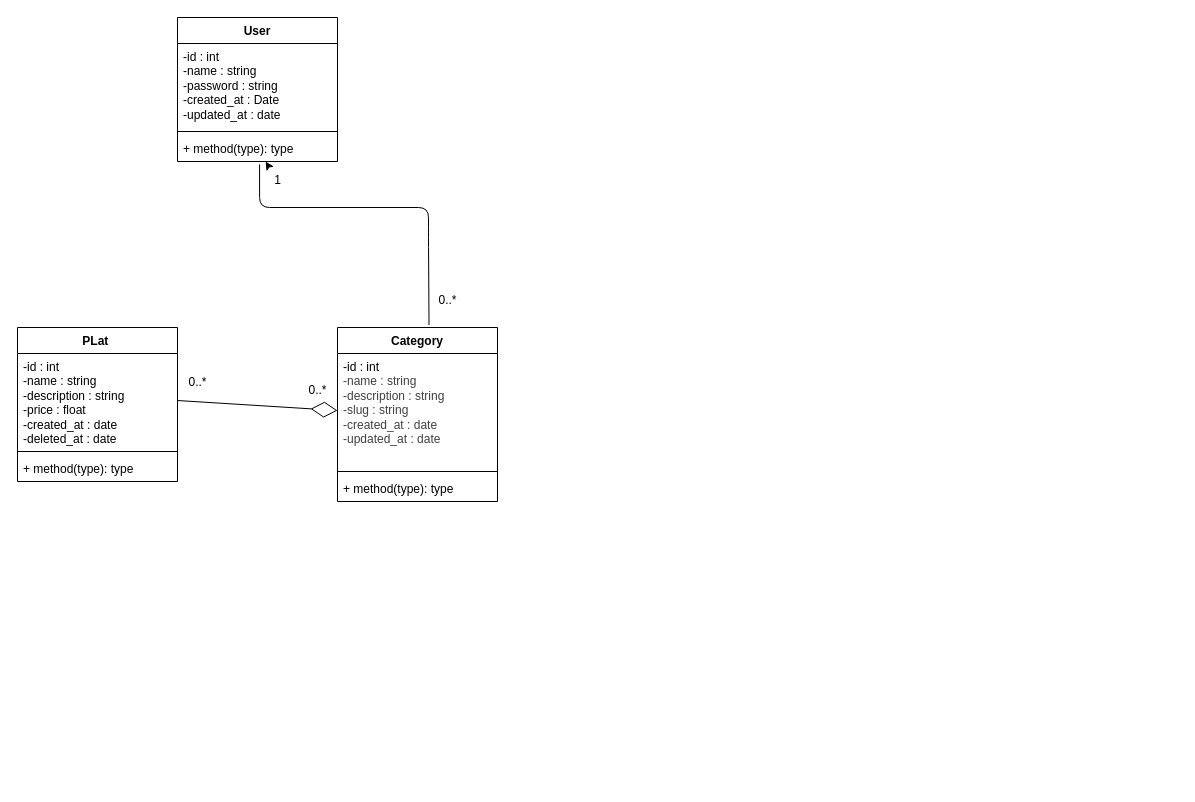
This is Docs/Uml.drawio from Mehdi-133/Brigade-API, a draw.io file, before an edit. Source tidied: cells renumbered, new cells numbered last; positions are measured from the earlier drawing's top-left corner, leaving out a move shared by most shapes. Both pictures are drawn from the tidied source at 100%, with x=0, y=0 at pixel (17, 17).
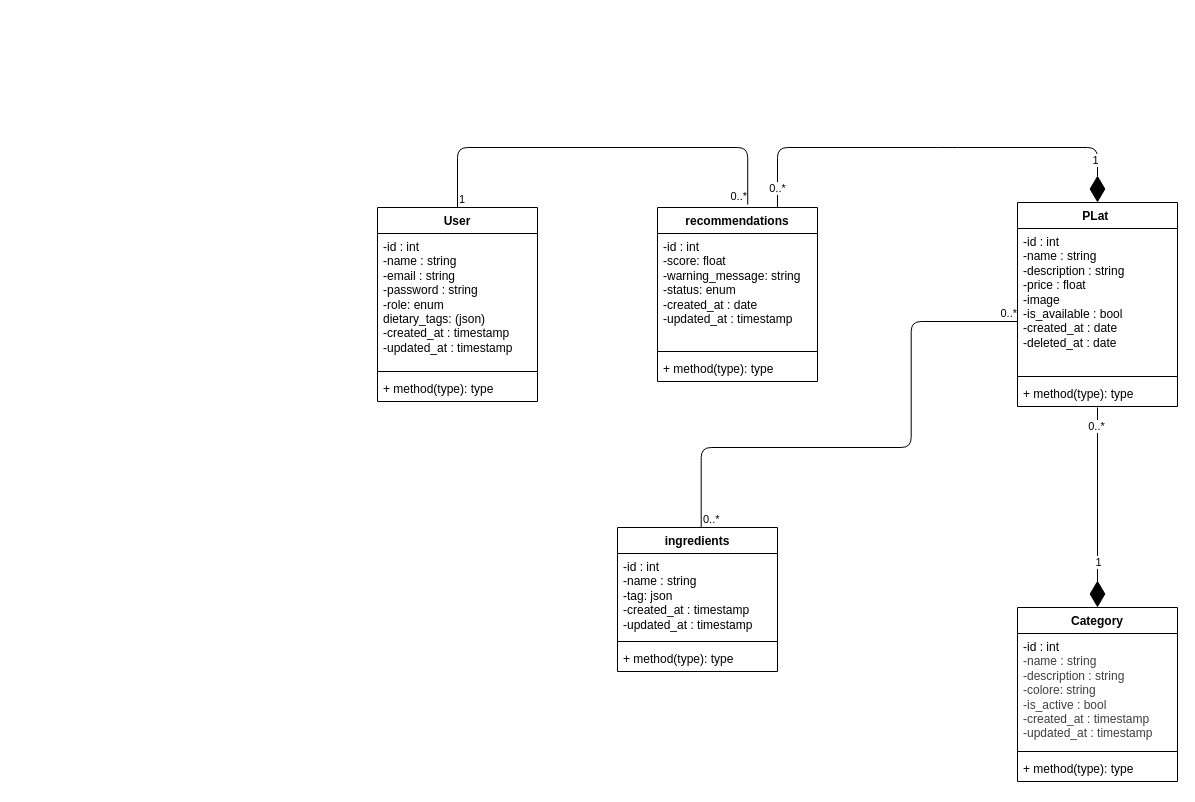
The same diagram, later.

Commit message (it also covers changes not shown here):
update BA-90 Diagramme de Class

The edit, as a diff of the source:
```diff
@@
     <mxCell id="2" value="User" style="swimlane;fontStyle=1;align=center;verticalAlign=top;horizontal=1;startSize=26;whiteSpace=wrap;html=1;" parent="1" vertex="1">
-      <mxGeometry x="160" width="160" height="144" as="geometry" />
+      <mxGeometry x="360" y="190" width="160" height="194" as="geometry" />
     </mxCell>
-    <mxCell id="3" value="-id : int&lt;div&gt;-name : string&amp;nbsp;&lt;/div&gt;&lt;div&gt;-password : string&amp;nbsp;&lt;/div&gt;&lt;div&gt;-created_at : Date&amp;nbsp;&lt;/div&gt;&lt;div&gt;-updated_at : date&amp;nbsp;&lt;br&gt;&lt;div&gt;&lt;br&gt;&lt;/div&gt;&lt;/div&gt;" style="text;strokeColor=none;fillColor=none;align=left;verticalAlign=top;spacingLeft=4;spacingRight=4;overflow=hidden;whiteSpace=wrap;html=1;" parent="2" vertex="1">
-      <mxGeometry y="26" width="160" height="84" as="geometry" />
+    <mxCell id="3" value="-id : int&lt;div&gt;-name : string&amp;nbsp;&lt;/div&gt;&lt;div&gt;-email : string&lt;/div&gt;&lt;div&gt;-password : string&amp;nbsp;&lt;/div&gt;&lt;div&gt;-role: enum&lt;/div&gt;&lt;div&gt;dietary_tags: (json)&lt;/div&gt;&lt;div&gt;-created_at : timestamp&lt;/div&gt;&lt;div&gt;-updated_at : timestamp&lt;br&gt;&lt;div&gt;&lt;br&gt;&lt;/div&gt;&lt;/div&gt;" style="text;strokeColor=none;fillColor=none;align=left;verticalAlign=top;spacingLeft=4;spacingRight=4;overflow=hidden;whiteSpace=wrap;html=1;" parent="2" vertex="1">
+      <mxGeometry y="26" width="160" height="134" as="geometry" />
     </mxCell>
     <mxCell id="4" style="line;strokeWidth=1;fillColor=none;align=left;verticalAlign=middle;spacingTop=-1;spacingLeft=3;spacingRight=3;labelPosition=right;strokeColor=inherit;" parent="2" vertex="1">
-      <mxGeometry y="110" width="160" height="8" as="geometry" />
+      <mxGeometry y="160" width="160" height="8" as="geometry" />
     </mxCell>
     <mxCell id="5" value="+ method(type): type" style="text;strokeColor=none;fillColor=none;align=left;verticalAlign=top;spacingLeft=4;spacingRight=4;overflow=hidden;points=[[0,0.5],[1,0.5]];portConstraint=eastwest;whiteSpace=wrap;html=1;" parent="2" vertex="1">
-      <mxGeometry y="118" width="160" height="26" as="geometry" />
+      <mxGeometry y="168" width="160" height="26" as="geometry" />
     </mxCell>
     <mxCell id="6" value="Category" style="swimlane;fontStyle=1;align=center;verticalAlign=top;horizontal=1;startSize=26;whiteSpace=wrap;html=1;" parent="1" vertex="1">
-      <mxGeometry x="320" y="310" width="160" height="174" as="geometry" />
+      <mxGeometry x="1000" y="590" width="160" height="174" as="geometry" />
     </mxCell>
-    <mxCell id="7" value="-id : int&lt;div&gt;&lt;span style=&quot;color: rgb(63, 63, 63); background-color: transparent;&quot;&gt;-name : string&lt;/span&gt;&lt;/div&gt;&lt;div&gt;&lt;span style=&quot;color: rgb(63, 63, 63); background-color: transparent;&quot;&gt;-description : string&amp;nbsp;&amp;nbsp;&lt;/span&gt;&lt;/div&gt;&lt;div&gt;&lt;span style=&quot;color: rgb(63, 63, 63); background-color: transparent;&quot;&gt;-slug : string&lt;/span&gt;&lt;/div&gt;&lt;div&gt;&lt;span style=&quot;color: rgb(63, 63, 63); background-color: transparent;&quot;&gt;-created_at : date&amp;nbsp;&lt;/span&gt;&lt;/div&gt;&lt;div&gt;&lt;span style=&quot;color: rgb(63, 63, 63); background-color: transparent;&quot;&gt;-updated_at : date&amp;nbsp;&lt;/span&gt;&lt;/div&gt;&lt;div&gt;&lt;span style=&quot;color: rgb(63, 63, 63); background-color: transparent;&quot;&gt;&amp;nbsp;&lt;/span&gt;&lt;/div&gt;" style="text;strokeColor=none;fillColor=none;align=left;verticalAlign=top;spacingLeft=4;spacingRight=4;overflow=hidden;points=[[0,0.5],[1,0.5]];portConstraint=eastwest;whiteSpace=wrap;html=1;" parent="6" vertex="1">
+    <mxCell id="7" value="-id : int&lt;div&gt;&lt;span style=&quot;color: rgb(63, 63, 63); background-color: transparent;&quot;&gt;-name : string&lt;/span&gt;&lt;/div&gt;&lt;div&gt;&lt;span style=&quot;color: rgb(63, 63, 63); background-color: transparent;&quot;&gt;-description : string&amp;nbsp;&amp;nbsp;&lt;/span&gt;&lt;/div&gt;&lt;div&gt;&lt;span style=&quot;color: rgb(63, 63, 63); background-color: transparent;&quot;&gt;-colore: string&lt;/span&gt;&lt;/div&gt;&lt;div&gt;&lt;span style=&quot;color: rgb(63, 63, 63); background-color: transparent;&quot;&gt;-is_active : bool&lt;/span&gt;&lt;/div&gt;&lt;div&gt;&lt;span style=&quot;color: rgb(63, 63, 63); background-color: transparent;&quot;&gt;-created_at : timestamp&lt;/span&gt;&lt;/div&gt;&lt;div&gt;&lt;span style=&quot;color: rgb(63, 63, 63); background-color: transparent;&quot;&gt;-updated_at : timestamp&lt;/span&gt;&lt;/div&gt;&lt;div&gt;&lt;span style=&quot;color: rgb(63, 63, 63); background-color: transparent;&quot;&gt;&amp;nbsp;&lt;/span&gt;&lt;/div&gt;" style="text;strokeColor=none;fillColor=none;align=left;verticalAlign=top;spacingLeft=4;spacingRight=4;overflow=hidden;points=[[0,0.5],[1,0.5]];portConstraint=eastwest;whiteSpace=wrap;html=1;" parent="6" vertex="1">
       <mxGeometry y="26" width="160" height="114" as="geometry" />
     </mxCell>
@@
     <mxCell id="10" value="PLat&amp;nbsp;" style="swimlane;fontStyle=1;align=center;verticalAlign=top;horizontal=1;startSize=26;whiteSpace=wrap;html=1;" parent="1" vertex="1">
-      <mxGeometry y="310" width="160" height="154" as="geometry" />
+      <mxGeometry x="1000" y="185" width="160" height="204" as="geometry" />
     </mxCell>
-    <mxCell id="11" value="-id : int&lt;div&gt;-name : string&amp;nbsp;&lt;/div&gt;&lt;div&gt;-description : string&amp;nbsp;&lt;/div&gt;&lt;div&gt;-price : float&amp;nbsp;&lt;/div&gt;&lt;div&gt;-created_at : date&amp;nbsp;&lt;/div&gt;&lt;div&gt;-deleted_at : date&amp;nbsp;&amp;nbsp;&lt;/div&gt;" style="text;strokeColor=none;fillColor=none;align=left;verticalAlign=top;spacingLeft=4;spacingRight=4;overflow=hidden;points=[[0,0.5],[1,0.5]];portConstraint=eastwest;whiteSpace=wrap;html=1;" parent="10" vertex="1">
-      <mxGeometry y="26" width="160" height="94" as="geometry" />
+    <mxCell id="11" value="-id : int&lt;div&gt;-name : string&amp;nbsp;&lt;/div&gt;&lt;div&gt;-description : string&amp;nbsp;&lt;/div&gt;&lt;div&gt;-price : float&lt;/div&gt;&lt;div&gt;-image&lt;/div&gt;&lt;div&gt;-is_available : bool&amp;nbsp;&lt;/div&gt;&lt;div&gt;-created_at : date&amp;nbsp;&lt;/div&gt;&lt;div&gt;-deleted_at : date&amp;nbsp;&amp;nbsp;&lt;/div&gt;" style="text;strokeColor=none;fillColor=none;align=left;verticalAlign=top;spacingLeft=4;spacingRight=4;overflow=hidden;points=[[0,0.5],[1,0.5]];portConstraint=eastwest;whiteSpace=wrap;html=1;" parent="10" vertex="1">
+      <mxGeometry y="26" width="160" height="144" as="geometry" />
     </mxCell>
     <mxCell id="12" style="line;strokeWidth=1;fillColor=none;align=left;verticalAlign=middle;spacingTop=-1;spacingLeft=3;spacingRight=3;labelPosition=right;strokeColor=inherit;" parent="10" vertex="1">
-      <mxGeometry y="120" width="160" height="8" as="geometry" />
+      <mxGeometry y="170" width="160" height="8" as="geometry" />
     </mxCell>
     <mxCell id="13" value="+ method(type): type" style="text;strokeColor=none;fillColor=none;align=left;verticalAlign=top;spacingLeft=4;spacingRight=4;overflow=hidden;whiteSpace=wrap;html=1;" parent="10" vertex="1">
-      <mxGeometry y="128" width="160" height="26" as="geometry" />
+      <mxGeometry y="178" width="160" height="26" as="geometry" />
     </mxCell>
-    <mxCell id="14" style="endArrow=diamondThin;endFill=0;endSize=24;html=1;exitX=1;exitY=0.5;exitDx=0;exitDy=0;entryX=0;entryY=0.5;entryDx=0;entryDy=0;" parent="1" edge="1" source="11" target="7">
-      <mxGeometry relative="1" as="geometry" />
-    </mxCell>
-    <mxCell id="15" style="endArrow=none;html=1;edgeStyle=orthogonalEdgeStyle;exitX=0.513;exitY=1.112;exitDx=0;exitDy=0;exitPerimeter=0;entryX=0.572;entryY=-0.014;entryDx=0;entryDy=0;entryPerimeter=0;" parent="1" edge="1" source="5" target="6">
-      <mxGeometry relative="1" as="geometry">
-        <Array as="points">
-          <mxPoint x="242" y="190" />
-          <mxPoint x="411" y="190" />
-          <mxPoint x="411" y="220" />
-        </Array>
-      </mxGeometry>
-    </mxCell>
-    <mxCell id="16" style="edgeStyle=none;html=1;" parent="1" edge="1" source="17" target="5">
-      <mxGeometry relative="1" as="geometry" />
-    </mxCell>
-    <mxCell id="17" value="1" style="text;html=1;align=center;verticalAlign=middle;points=[];strokeColor=none;fillColor=none;" parent="1" vertex="1">
-      <mxGeometry x="245" y="148" width="30" height="30" as="geometry" />
-    </mxCell>
-    <mxCell id="18" value="0..*" style="text;html=1;align=center;verticalAlign=middle;strokeColor=none;fillColor=none;" parent="1" vertex="1">
-      <mxGeometry x="410" y="268" width="40" height="30" as="geometry" />
-    </mxCell>
-    <mxCell id="19" value="0..*" style="text;html=1;align=center;verticalAlign=middle;strokeColor=none;fillColor=none;" parent="1" vertex="1">
-      <mxGeometry x="280" y="358" width="40" height="30" as="geometry" />
-    </mxCell>
-    <mxCell id="20" value="0..*" style="text;html=1;align=center;verticalAlign=middle;strokeColor=none;fillColor=none;" parent="1" vertex="1">
-      <mxGeometry x="160" y="350" width="40" height="30" as="geometry" />
-    </mxCell>
+    <mxCell id="21" value="ingredients" style="swimlane;fontStyle=1;align=center;verticalAlign=top;horizontal=1;startSize=26;whiteSpace=wrap;html=1;" parent="1" vertex="1">
+      <mxGeometry x="600" y="510" width="160" height="144" as="geometry" />
+    </mxCell>
+    <mxCell id="22" value="-id : int&lt;div&gt;-name : string&amp;nbsp;&lt;/div&gt;&lt;div&gt;-tag: json&lt;/div&gt;&lt;div&gt;-created_at : timestamp&lt;/div&gt;&lt;div&gt;-updated_at : timestamp&lt;br&gt;&lt;div&gt;&lt;br&gt;&lt;/div&gt;&lt;/div&gt;" style="text;strokeColor=none;fillColor=none;align=left;verticalAlign=top;spacingLeft=4;spacingRight=4;overflow=hidden;whiteSpace=wrap;html=1;" parent="21" vertex="1">
+      <mxGeometry y="26" width="160" height="84" as="geometry" />
+    </mxCell>
+    <mxCell id="23" style="line;strokeWidth=1;fillColor=none;align=left;verticalAlign=middle;spacingTop=-1;spacingLeft=3;spacingRight=3;labelPosition=right;strokeColor=inherit;" parent="21" vertex="1">
+      <mxGeometry y="110" width="160" height="8" as="geometry" />
+    </mxCell>
+    <mxCell id="24" value="+ method(type): type" style="text;strokeColor=none;fillColor=none;align=left;verticalAlign=top;spacingLeft=4;spacingRight=4;overflow=hidden;whiteSpace=wrap;html=1;" parent="21" vertex="1">
+      <mxGeometry y="118" width="160" height="26" as="geometry" />
+    </mxCell>
+    <mxCell id="25" value="recommendations" style="swimlane;fontStyle=1;align=center;verticalAlign=top;horizontal=1;startSize=26;whiteSpace=wrap;html=1;" parent="1" vertex="1">
+      <mxGeometry x="640" y="190" width="160" height="174" as="geometry" />
+    </mxCell>
+    <mxCell id="26" value="-id : int&lt;div&gt;-score: float&lt;/div&gt;&lt;div&gt;-warning_message: string&lt;/div&gt;&lt;div&gt;-status: enum&lt;/div&gt;&lt;div&gt;-created_at : date&lt;/div&gt;&lt;div&gt;-updated_at :&amp;nbsp;timestamp&lt;/div&gt;&lt;div&gt;&lt;div&gt;&lt;br&gt;&lt;/div&gt;&lt;/div&gt;" style="text;strokeColor=none;fillColor=none;align=left;verticalAlign=top;spacingLeft=4;spacingRight=4;overflow=hidden;whiteSpace=wrap;html=1;" parent="25" vertex="1">
+      <mxGeometry y="26" width="160" height="114" as="geometry" />
+    </mxCell>
+    <mxCell id="27" style="line;strokeWidth=1;fillColor=none;align=left;verticalAlign=middle;spacingTop=-1;spacingLeft=3;spacingRight=3;labelPosition=right;strokeColor=inherit;" parent="25" vertex="1">
+      <mxGeometry y="140" width="160" height="8" as="geometry" />
+    </mxCell>
+    <mxCell id="28" value="+ method(type): type" style="text;strokeColor=none;fillColor=none;align=left;verticalAlign=top;spacingLeft=4;spacingRight=4;overflow=hidden;whiteSpace=wrap;html=1;" parent="25" vertex="1">
+      <mxGeometry y="148" width="160" height="26" as="geometry" />
+    </mxCell>
+    <mxCell id="29" style="endArrow=none;html=1;edgeStyle=orthogonalEdgeStyle;exitX=0.5;exitY=0;exitDx=0;exitDy=0;entryX=0.564;entryY=-0.017;entryDx=0;entryDy=0;entryPerimeter=0;" parent="1" edge="1" source="2" target="25">
+      <mxGeometry relative="1" as="geometry">
+        <Array as="points">
+          <mxPoint x="440" y="130" />
+          <mxPoint x="730" y="130" />
+        </Array>
+      </mxGeometry>
+    </mxCell>
+    <mxCell id="30" value="1" style="edgeLabel;html=1;align=left;verticalAlign=bottom;" parent="29" vertex="1">
+      <mxGeometry x="-1" relative="1" as="geometry" />
+    </mxCell>
+    <mxCell id="31" value="0..*" style="edgeLabel;html=1;align=right;verticalAlign=bottom;" parent="29" vertex="1">
+      <mxGeometry x="1" relative="1" as="geometry" />
+    </mxCell>
+    <mxCell id="32" style="endArrow=none;html=1;edgeStyle=orthogonalEdgeStyle;exitX=0.5;exitY=0;exitDx=0;exitDy=0;entryX=-0.023;entryY=0.646;entryDx=0;entryDy=0;entryPerimeter=0;" parent="1" edge="1">
+      <mxGeometry relative="1" as="geometry">
+        <mxPoint x="683.7" y="510" as="sourcePoint" />
+        <mxPoint x="1000" y="304" as="targetPoint" />
+        <Array as="points">
+          <mxPoint x="683.7" y="430" />
+          <mxPoint x="893.7" y="430" />
+          <mxPoint x="893.7" y="304" />
+        </Array>
+      </mxGeometry>
+    </mxCell>
+    <mxCell id="33" value="0..*" style="edgeLabel;html=1;align=left;verticalAlign=bottom;" parent="32" vertex="1">
+      <mxGeometry x="-1" relative="1" as="geometry" />
+    </mxCell>
+    <mxCell id="34" value="0..*" style="edgeLabel;html=1;align=right;verticalAlign=bottom;" parent="32" vertex="1">
+      <mxGeometry x="1" relative="1" as="geometry" />
+    </mxCell>
+    <mxCell id="35" style="endArrow=diamondThin;endFill=1;endSize=24;html=1;entryX=0.5;entryY=0;entryDx=0;entryDy=0;" parent="1" edge="1" target="6">
+      <mxGeometry relative="1" as="geometry">
+        <mxPoint x="1080" y="390" as="sourcePoint" />
+      </mxGeometry>
+    </mxCell>
+    <mxCell id="36" value="0..*" style="edgeLabel;html=1;align=center;verticalAlign=middle;" parent="35" vertex="1">
+      <mxGeometry x="-0.82" y="-2" relative="1" as="geometry" />
+    </mxCell>
+    <mxCell id="37" value="1" style="edgeLabel;html=1;align=center;verticalAlign=middle;" parent="35" vertex="1">
+      <mxGeometry x="0.54" relative="1" as="geometry" />
+    </mxCell>
+    <mxCell id="38" style="endArrow=diamondThin;endFill=1;endSize=24;html=1;entryX=0.5;entryY=0;entryDx=0;entryDy=0;exitX=0.75;exitY=0;exitDx=0;exitDy=0;" parent="1" edge="1" source="25" target="10">
+      <mxGeometry relative="1" as="geometry">
+        <Array as="points">
+          <mxPoint x="760" y="130" />
+          <mxPoint x="930" y="130" />
+          <mxPoint x="1080" y="130" />
+        </Array>
+      </mxGeometry>
+    </mxCell>
+    <mxCell id="39" value="0..*" style="edgeLabel;html=1;align=center;verticalAlign=middle;" parent="38" vertex="1">
+      <mxGeometry x="-0.91" y="1" relative="1" as="geometry" />
+    </mxCell>
+    <mxCell id="40" value="1" style="edgeLabel;html=1;align=center;verticalAlign=middle;" parent="38" vertex="1">
+      <mxGeometry x="0.8" y="-3" relative="1" as="geometry" />
+    </mxCell>
```
